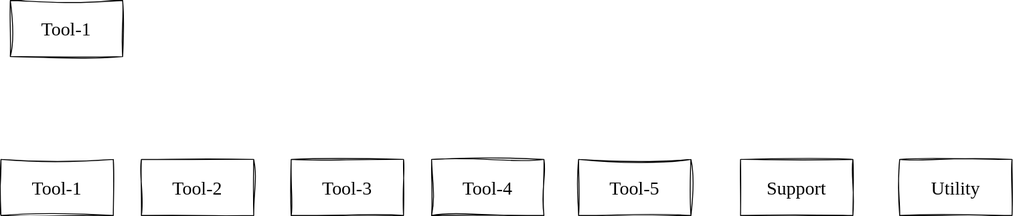
The draw.io diagram Docs/GitHub Structure Brainstorming.drawio.svg in Pinnacle-Sahin/Pinnacle-Sahin, before a commit. Source tidied: cells renumbered, new cells last; positions are measured from the earlier drawing's top-left corner, leaving out a move shared by most shapes.
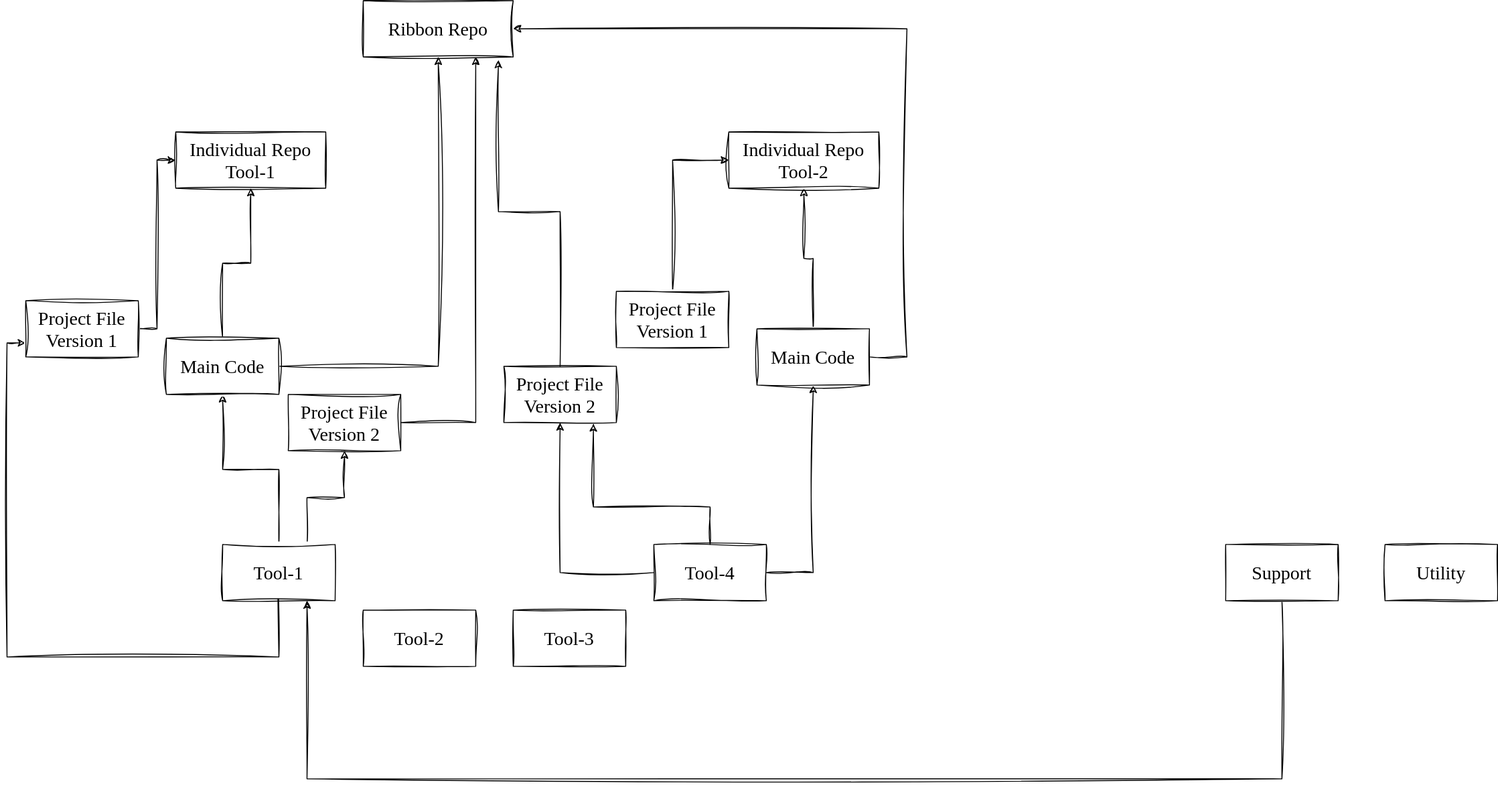
The same file after the commit.

What changed in the source:
```diff
@@ -2,29 +2,129 @@
   <root>
     <mxCell id="0" />
     <mxCell id="1" parent="0" />
-    <mxCell id="2" value="Tool-2" style="rounded=0;whiteSpace=wrap;html=1;sketch=1;hachureGap=4;jiggle=2;curveFitting=1;fontFamily=Architects Daughter;fontSource=https%3A%2F%2Ffonts.googleapis.com%2Fcss%3Ffamily%3DArchitects%2BDaughter;fontSize=20;" parent="1" vertex="1">
-      <mxGeometry x="150" y="170" width="120" height="60" as="geometry" />
+    <mxCell id="2" value="Tool-2" style="rounded=0;whiteSpace=wrap;html=1;sketch=1;hachureGap=4;jiggle=2;curveFitting=1;fontFamily=Verdana;fontSize=20;horizontal=1;" parent="1" vertex="1">
+      <mxGeometry x="150" y="240" width="120" height="60" as="geometry" />
     </mxCell>
+    <mxCell id="10" style="edgeStyle=orthogonalEdgeStyle;rounded=0;sketch=1;hachureGap=4;jiggle=2;curveFitting=1;jettySize=auto;html=1;entryX=0.5;entryY=1;entryDx=0;entryDy=0;fontFamily=Verdana;fontSize=16;horizontal=1;" parent="1" edge="1" target="19">
+      <mxGeometry relative="1" as="geometry">
+        <mxPoint x="90" y="170" as="sourcePoint" />
+        <Array as="points">
+          <mxPoint x="90" y="120" />
+          <mxPoint x="130" y="120" />
+        </Array>
+      </mxGeometry>
+    </mxCell>
+    <mxCell id="11" style="edgeStyle=orthogonalEdgeStyle;rounded=0;sketch=1;hachureGap=4;jiggle=2;curveFitting=1;jettySize=auto;html=1;exitX=0.5;exitY=0;exitDx=0;exitDy=0;entryX=0;entryY=0.75;entryDx=0;entryDy=0;fontFamily=Verdana;fontSize=16;horizontal=1;" parent="1" edge="1" source="3" target="9">
+      <mxGeometry relative="1" as="geometry">
+        <Array as="points">
+          <mxPoint x="60" y="290" />
+          <mxPoint x="-230" y="290" />
+          <mxPoint x="-230" y="-45" />
+        </Array>
+      </mxGeometry>
+    </mxCell>
+    <mxCell id="12" style="edgeStyle=orthogonalEdgeStyle;rounded=0;sketch=1;hachureGap=4;jiggle=2;curveFitting=1;jettySize=auto;html=1;entryX=0.5;entryY=1;entryDx=0;entryDy=0;fontFamily=Verdana;fontSize=16;horizontal=1;" parent="1" edge="1" source="3" target="22">
+      <mxGeometry relative="1" as="geometry" />
+    </mxCell>
-    <mxCell id="3" value="Tool-1" style="rounded=0;whiteSpace=wrap;html=1;sketch=1;hachureGap=4;jiggle=2;curveFitting=1;fontFamily=Architects Daughter;fontSource=https%3A%2F%2Ffonts.googleapis.com%2Fcss%3Ffamily%3DArchitects%2BDaughter;fontSize=20;direction=east;" parent="1" vertex="1">
+    <mxCell id="3" value="Tool-1" style="rounded=0;whiteSpace=wrap;html=1;sketch=1;hachureGap=4;jiggle=2;curveFitting=1;fontFamily=Verdana;fontSize=20;direction=east;horizontal=1;" parent="1" vertex="1">
       <mxGeometry y="170" width="120" height="60" as="geometry" />
     </mxCell>
-    <mxCell id="4" value="Tool-3" style="rounded=0;whiteSpace=wrap;html=1;sketch=1;hachureGap=4;jiggle=2;curveFitting=1;fontFamily=Architects Daughter;fontSource=https%3A%2F%2Ffonts.googleapis.com%2Fcss%3Ffamily%3DArchitects%2BDaughter;fontSize=20;" parent="1" vertex="1">
-      <mxGeometry x="310" y="170" width="120" height="60" as="geometry" />
+    <mxCell id="4" value="Tool-3" style="rounded=0;whiteSpace=wrap;html=1;sketch=1;hachureGap=4;jiggle=2;curveFitting=1;fontFamily=Verdana;fontSize=20;horizontal=1;" parent="1" vertex="1">
+      <mxGeometry x="310" y="240" width="120" height="60" as="geometry" />
     </mxCell>
+    <mxCell id="13" style="edgeStyle=orthogonalEdgeStyle;rounded=0;sketch=1;hachureGap=4;jiggle=2;curveFitting=1;jettySize=auto;html=1;entryX=0.5;entryY=1;entryDx=0;entryDy=0;fontFamily=Verdana;fontSize=16;" parent="1" edge="1" source="5" target="26">
+      <mxGeometry relative="1" as="geometry" />
+    </mxCell>
+    <mxCell id="14" style="edgeStyle=orthogonalEdgeStyle;rounded=0;sketch=1;hachureGap=4;jiggle=2;curveFitting=1;jettySize=auto;html=1;entryX=0.5;entryY=1;entryDx=0;entryDy=0;fontFamily=Verdana;fontSize=16;" parent="1" edge="1" source="5" target="29">
+      <mxGeometry relative="1" as="geometry">
+        <Array as="points">
+          <mxPoint x="630" y="200" />
+        </Array>
+      </mxGeometry>
+    </mxCell>
+    <mxCell id="15" style="edgeStyle=orthogonalEdgeStyle;rounded=0;sketch=1;hachureGap=4;jiggle=2;curveFitting=1;jettySize=auto;html=1;entryX=0.796;entryY=1.017;entryDx=0;entryDy=0;entryPerimeter=0;fontFamily=Verdana;fontSize=16;" parent="1" edge="1" source="5" target="26">
+      <mxGeometry relative="1" as="geometry">
+        <Array as="points">
+          <mxPoint x="520" y="130" />
+          <mxPoint x="395" y="130" />
+        </Array>
+      </mxGeometry>
+    </mxCell>
-    <mxCell id="5" value="Tool-4" style="rounded=0;whiteSpace=wrap;html=1;sketch=1;hachureGap=4;jiggle=2;curveFitting=1;fontFamily=Architects Daughter;fontSource=https%3A%2F%2Ffonts.googleapis.com%2Fcss%3Ffamily%3DArchitects%2BDaughter;fontSize=20;" parent="1" vertex="1">
+    <mxCell id="5" value="Tool-4" style="rounded=0;whiteSpace=wrap;html=1;sketch=1;hachureGap=4;jiggle=2;curveFitting=1;fontFamily=Verdana;fontSize=20;horizontal=1;" parent="1" vertex="1">
       <mxGeometry x="460" y="170" width="120" height="60" as="geometry" />
     </mxCell>
-    <mxCell id="6" value="Tool-5" style="rounded=0;whiteSpace=wrap;html=1;sketch=1;hachureGap=4;jiggle=2;curveFitting=1;fontFamily=Architects Daughter;fontSource=https%3A%2F%2Ffonts.googleapis.com%2Fcss%3Ffamily%3DArchitects%2BDaughter;fontSize=20;" parent="1" vertex="1">
-      <mxGeometry x="617" y="170" width="120" height="60" as="geometry" />
-    </mxCell>
+    <mxCell id="16" style="edgeStyle=elbowEdgeStyle;rounded=0;sketch=1;hachureGap=4;jiggle=2;curveFitting=1;jettySize=auto;elbow=vertical;html=1;entryX=0.75;entryY=1;entryDx=0;entryDy=0;fontFamily=Verdana;fontSize=16;" parent="1" edge="1" source="7" target="3">
+      <mxGeometry relative="1" as="geometry">
+        <Array as="points">
+          <mxPoint x="770" y="420" />
+        </Array>
+      </mxGeometry>
+    </mxCell>
-    <mxCell id="7" value="Support" style="rounded=0;whiteSpace=wrap;html=1;sketch=1;hachureGap=4;jiggle=2;curveFitting=1;fontFamily=Architects Daughter;fontSource=https%3A%2F%2Ffonts.googleapis.com%2Fcss%3Ffamily%3DArchitects%2BDaughter;fontSize=20;" parent="1" vertex="1">
-      <mxGeometry x="790" y="170" width="120" height="60" as="geometry" />
+    <mxCell id="7" value="Support" style="rounded=0;whiteSpace=wrap;html=1;sketch=1;hachureGap=4;jiggle=2;curveFitting=1;fontFamily=Verdana;fontSize=20;horizontal=1;" parent="1" vertex="1">
+      <mxGeometry x="1070" y="170" width="120" height="60" as="geometry" />
     </mxCell>
-    <mxCell id="8" value="Utility" style="rounded=0;whiteSpace=wrap;html=1;sketch=1;hachureGap=4;jiggle=2;curveFitting=1;fontFamily=Architects Daughter;fontSource=https%3A%2F%2Ffonts.googleapis.com%2Fcss%3Ffamily%3DArchitects%2BDaughter;fontSize=20;" parent="1" vertex="1">
-      <mxGeometry x="960" y="170" width="120" height="60" as="geometry" />
+    <mxCell id="8" value="Utility" style="rounded=0;whiteSpace=wrap;html=1;sketch=1;hachureGap=4;jiggle=2;curveFitting=1;fontFamily=Verdana;fontSize=20;horizontal=1;" parent="1" vertex="1">
+      <mxGeometry x="1240" y="170" width="120" height="60" as="geometry" />
     </mxCell>
+    <mxCell id="17" style="edgeStyle=orthogonalEdgeStyle;rounded=0;sketch=1;hachureGap=4;jiggle=2;curveFitting=1;jettySize=auto;html=1;entryX=0;entryY=0.5;entryDx=0;entryDy=0;fontFamily=Verdana;fontSize=16;horizontal=1;" parent="1" edge="1" source="9" target="30">
+      <mxGeometry relative="1" as="geometry" />
+    </mxCell>
-    <mxCell id="9" value="Tool-1" style="rounded=0;whiteSpace=wrap;html=1;sketch=1;hachureGap=4;jiggle=2;curveFitting=1;fontFamily=Architects Daughter;fontSource=https%3A%2F%2Ffonts.googleapis.com%2Fcss%3Ffamily%3DArchitects%2BDaughter;fontSize=20;direction=east;" parent="1" vertex="1">
-      <mxGeometry x="10" width="120" height="60" as="geometry" />
+    <mxCell id="9" value="&lt;div&gt;Project File&lt;/div&gt;&lt;div&gt;Version 1&lt;br&gt;&lt;/div&gt;" style="rounded=0;whiteSpace=wrap;html=1;sketch=1;hachureGap=4;jiggle=2;curveFitting=1;fontFamily=Verdana;fontSize=20;direction=east;horizontal=1;" parent="1" vertex="1">
+      <mxGeometry x="-210" y="-90" width="120" height="60" as="geometry" />
     </mxCell>
+    <mxCell id="18" style="edgeStyle=orthogonalEdgeStyle;rounded=0;sketch=1;hachureGap=4;jiggle=2;curveFitting=1;jettySize=auto;html=1;entryX=0.75;entryY=1;entryDx=0;entryDy=0;fontFamily=Verdana;fontSize=16;" parent="1" edge="1" source="19" target="31">
+      <mxGeometry relative="1" as="geometry">
+        <Array as="points">
+          <mxPoint x="270" y="40" />
+        </Array>
+      </mxGeometry>
+    </mxCell>
+    <mxCell id="19" value="&lt;div&gt;Project File&lt;/div&gt;&lt;div&gt;Version 2&lt;br&gt;&lt;/div&gt;" style="rounded=0;whiteSpace=wrap;html=1;sketch=1;hachureGap=4;jiggle=2;curveFitting=1;fontFamily=Verdana;fontSize=20;direction=east;horizontal=1;" parent="1" vertex="1">
+      <mxGeometry x="70" y="10" width="120" height="60" as="geometry" />
+    </mxCell>
+    <mxCell id="20" style="edgeStyle=orthogonalEdgeStyle;rounded=0;sketch=1;hachureGap=4;jiggle=2;curveFitting=1;jettySize=auto;html=1;entryX=0.5;entryY=1;entryDx=0;entryDy=0;fontFamily=Verdana;fontSize=16;horizontal=1;" parent="1" edge="1" source="22" target="30">
+      <mxGeometry relative="1" as="geometry" />
+    </mxCell>
+    <mxCell id="21" style="edgeStyle=orthogonalEdgeStyle;rounded=0;sketch=1;hachureGap=4;jiggle=2;curveFitting=1;jettySize=auto;html=1;fontFamily=Verdana;fontSize=16;" parent="1" edge="1" source="22" target="31">
+      <mxGeometry relative="1" as="geometry" />
+    </mxCell>
+    <mxCell id="22" value="Main Code" style="rounded=0;whiteSpace=wrap;html=1;sketch=1;hachureGap=4;jiggle=2;curveFitting=1;fontFamily=Verdana;fontSize=20;direction=east;horizontal=1;" parent="1" vertex="1">
+      <mxGeometry x="-60" y="-50" width="120" height="60" as="geometry" />
+    </mxCell>
+    <mxCell id="23" style="edgeStyle=orthogonalEdgeStyle;rounded=0;sketch=1;hachureGap=4;jiggle=2;curveFitting=1;jettySize=auto;html=1;entryX=0;entryY=0.5;entryDx=0;entryDy=0;fontFamily=Verdana;fontSize=16;" parent="1" edge="1" source="24" target="32">
+      <mxGeometry relative="1" as="geometry" />
+    </mxCell>
+    <mxCell id="24" value="&lt;div&gt;Project File&lt;/div&gt;&lt;div&gt;Version 1&lt;br&gt;&lt;/div&gt;" style="rounded=0;whiteSpace=wrap;html=1;sketch=1;hachureGap=4;jiggle=2;curveFitting=1;fontFamily=Verdana;fontSize=20;direction=east;horizontal=1;" parent="1" vertex="1">
+      <mxGeometry x="420" y="-100" width="120" height="60" as="geometry" />
+    </mxCell>
+    <mxCell id="25" style="edgeStyle=orthogonalEdgeStyle;rounded=0;sketch=1;hachureGap=4;jiggle=2;curveFitting=1;jettySize=auto;html=1;entryX=0.901;entryY=1.058;entryDx=0;entryDy=0;entryPerimeter=0;fontFamily=Verdana;fontSize=16;" parent="1" edge="1" source="26" target="31">
+      <mxGeometry relative="1" as="geometry" />
+    </mxCell>
+    <mxCell id="26" value="&lt;div&gt;Project File&lt;/div&gt;&lt;div&gt;Version 2&lt;br&gt;&lt;/div&gt;" style="rounded=0;whiteSpace=wrap;html=1;sketch=1;hachureGap=4;jiggle=2;curveFitting=1;fontFamily=Verdana;fontSize=20;direction=east;horizontal=1;" parent="1" vertex="1">
+      <mxGeometry x="300" y="-20" width="120" height="60" as="geometry" />
+    </mxCell>
+    <mxCell id="27" style="edgeStyle=orthogonalEdgeStyle;rounded=0;sketch=1;hachureGap=4;jiggle=2;curveFitting=1;jettySize=auto;html=1;fontFamily=Verdana;fontSize=16;" parent="1" edge="1" source="29" target="32">
+      <mxGeometry relative="1" as="geometry" />
+    </mxCell>
+    <mxCell id="28" style="edgeStyle=orthogonalEdgeStyle;rounded=0;sketch=1;hachureGap=4;jiggle=2;curveFitting=1;jettySize=auto;html=1;entryX=1;entryY=0.5;entryDx=0;entryDy=0;fontFamily=Verdana;fontSize=16;" parent="1" edge="1" source="29" target="31">
+      <mxGeometry relative="1" as="geometry">
+        <Array as="points">
+          <mxPoint x="730" y="-30" />
+          <mxPoint x="730" y="-380" />
+        </Array>
+      </mxGeometry>
+    </mxCell>
+    <mxCell id="29" value="Main Code" style="rounded=0;whiteSpace=wrap;html=1;sketch=1;hachureGap=4;jiggle=2;curveFitting=1;fontFamily=Verdana;fontSize=20;direction=east;horizontal=1;" parent="1" vertex="1">
+      <mxGeometry x="570" y="-60" width="120" height="60" as="geometry" />
+    </mxCell>
+    <mxCell id="30" value="&lt;div&gt;Individual Repo&lt;/div&gt;&lt;div&gt;Tool-1&lt;br&gt;&lt;/div&gt;" style="rounded=0;whiteSpace=wrap;html=1;sketch=1;hachureGap=4;jiggle=2;curveFitting=1;fontFamily=Verdana;fontSize=20;direction=east;horizontal=1;" parent="1" vertex="1">
+      <mxGeometry x="-50" y="-270" width="160" height="60" as="geometry" />
+    </mxCell>
+    <mxCell id="31" value="Ribbon Repo" style="rounded=0;whiteSpace=wrap;html=1;sketch=1;hachureGap=4;jiggle=2;curveFitting=1;fontFamily=Verdana;fontSize=20;direction=east;horizontal=1;" parent="1" vertex="1">
+      <mxGeometry x="150" y="-410" width="160" height="60" as="geometry" />
+    </mxCell>
+    <mxCell id="32" value="&lt;div&gt;Individual Repo&lt;/div&gt;&lt;div&gt;Tool-2&lt;br&gt;&lt;/div&gt;" style="rounded=0;whiteSpace=wrap;html=1;sketch=1;hachureGap=4;jiggle=2;curveFitting=1;fontFamily=Verdana;fontSize=20;direction=east;horizontal=1;" parent="1" vertex="1">
+      <mxGeometry x="540" y="-270" width="160" height="60" as="geometry" />
+    </mxCell>
   </root>
 </mxGraphModel>
```
